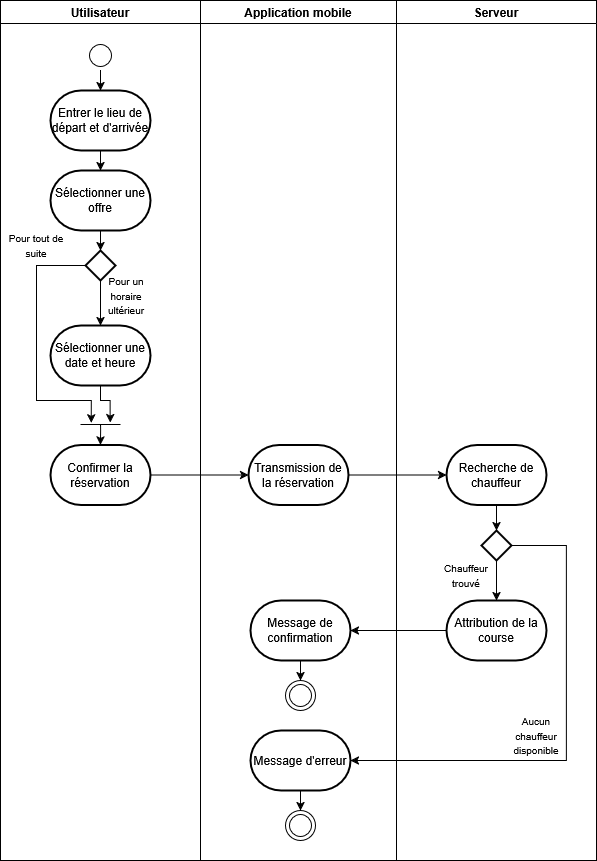
This is Diagramme d'activité/Réservation d'une course.png from RomainCabaret/UML, a draw.io export, as it was before one commit. Source tidied: cells renumbered, new cells last; positions are measured from the earlier drawing's top-left corner, leaving out a move shared by most shapes. The source it was exported from:
```xml
<mxGraphModel>
  <root>
    <mxCell id="0" />
    <mxCell id="1" parent="0" />
    <mxCell id="2" value="Utilisateur" style="swimlane;" parent="1" vertex="1">
      <mxGeometry width="200" height="860" as="geometry" />
    </mxCell>
    <mxCell id="3" style="edgeStyle=orthogonalEdgeStyle;rounded=0;jettySize=auto;html=1;" parent="2" edge="1" source="4" target="5">
      <mxGeometry relative="1" as="geometry" />
    </mxCell>
    <mxCell id="4" style="ellipse;html=1;shape=startState;" parent="2" vertex="1">
      <mxGeometry x="85" y="40" width="30" height="30" as="geometry" />
    </mxCell>
    <mxCell id="5" value="Entrer le lieu de départ et d'arrivée" style="strokeWidth=2;html=1;shape=mxgraph.flowchart.terminator;whiteSpace=wrap;" parent="2" vertex="1">
      <mxGeometry x="50" y="90" width="100" height="60" as="geometry" />
    </mxCell>
    <mxCell id="6" style="edgeStyle=orthogonalEdgeStyle;rounded=0;jettySize=auto;html=1;entryX=0.5;entryY=0;entryDx=0;entryDy=0;entryPerimeter=0;" parent="2" edge="1" source="5" target="9">
      <mxGeometry relative="1" as="geometry" />
    </mxCell>
    <mxCell id="7" value="Confirmer la réservation" style="strokeWidth=2;html=1;shape=mxgraph.flowchart.terminator;whiteSpace=wrap;" parent="2" vertex="1">
      <mxGeometry x="50" y="444.5" width="100" height="60" as="geometry" />
    </mxCell>
    <mxCell id="8" style="edgeStyle=orthogonalEdgeStyle;rounded=0;jettySize=auto;html=1;entryX=0.5;entryY=0;entryDx=0;entryDy=0;entryPerimeter=0;" parent="2" edge="1" source="9" target="12">
      <mxGeometry relative="1" as="geometry" />
    </mxCell>
    <mxCell id="9" value="Sélectionner une offre" style="strokeWidth=2;html=1;shape=mxgraph.flowchart.terminator;whiteSpace=wrap;" parent="2" vertex="1">
      <mxGeometry x="50" y="170" width="100" height="60" as="geometry" />
    </mxCell>
    <mxCell id="10" style="edgeStyle=orthogonalEdgeStyle;rounded=0;jettySize=auto;html=1;" parent="2" edge="1" source="12" target="14">
      <mxGeometry relative="1" as="geometry" />
    </mxCell>
    <mxCell id="11" style="edgeStyle=orthogonalEdgeStyle;rounded=0;jettySize=auto;html=1;entryX=0.269;entryY=0.283;entryDx=0;entryDy=0;entryPerimeter=0;" parent="2" edge="1" source="12" target="16">
      <mxGeometry relative="1" as="geometry">
        <Array as="points">
          <mxPoint x="36" y="265" />
          <mxPoint x="36" y="400" />
          <mxPoint x="91" y="400" />
        </Array>
      </mxGeometry>
    </mxCell>
    <mxCell id="12" style="strokeWidth=2;html=1;shape=mxgraph.flowchart.decision;whiteSpace=wrap;" parent="2" vertex="1">
      <mxGeometry x="85" y="250" width="30" height="30" as="geometry" />
    </mxCell>
    <mxCell id="13" style="edgeStyle=orthogonalEdgeStyle;rounded=0;jettySize=auto;html=1;entryX=0.741;entryY=0.269;entryDx=0;entryDy=0;entryPerimeter=0;" parent="2" edge="1" source="14" target="16">
      <mxGeometry relative="1" as="geometry">
        <Array as="points">
          <mxPoint x="100" y="400" />
          <mxPoint x="110" y="400" />
        </Array>
      </mxGeometry>
    </mxCell>
    <mxCell id="14" value="Sélectionner une date et heure" style="strokeWidth=2;html=1;shape=mxgraph.flowchart.terminator;whiteSpace=wrap;" parent="2" vertex="1">
      <mxGeometry x="50" y="325" width="100" height="60" as="geometry" />
    </mxCell>
    <mxCell id="15" value="&lt;font style=&quot;font-size: 10px;&quot;&gt;Pour un horaire ultérieur&lt;/font&gt;" style="text;html=1;align=center;verticalAlign=middle;whiteSpace=wrap;rounded=0;" parent="2" vertex="1">
      <mxGeometry x="96" y="280" width="60" height="30" as="geometry" />
    </mxCell>
    <mxCell id="16" style="line;strokeWidth=1;fillColor=none;align=left;verticalAlign=middle;spacingTop=-1;spacingLeft=3;spacingRight=3;labelPosition=right;points=[];portConstraint=eastwest;strokeColor=inherit;" parent="2" vertex="1">
      <mxGeometry x="80" y="420" width="40" height="8" as="geometry" />
    </mxCell>
    <mxCell id="17" style="edgeStyle=orthogonalEdgeStyle;rounded=0;jettySize=auto;html=1;entryX=0.5;entryY=0;entryDx=0;entryDy=0;entryPerimeter=0;exitX=0.504;exitY=0.577;exitDx=0;exitDy=0;exitPerimeter=0;" parent="2" edge="1" source="16" target="7">
      <mxGeometry relative="1" as="geometry">
        <Array as="points">
          <mxPoint x="100" y="430" />
          <mxPoint x="100" y="430" />
        </Array>
      </mxGeometry>
    </mxCell>
    <mxCell id="18" value="&lt;font style=&quot;font-size: 10px;&quot;&gt;Pour tout de suite&lt;/font&gt;" style="text;html=1;align=center;verticalAlign=middle;whiteSpace=wrap;rounded=0;" parent="2" vertex="1">
      <mxGeometry x="6" y="230" width="60" height="30" as="geometry" />
    </mxCell>
    <mxCell id="19" value="Application mobile" style="swimlane;" parent="1" vertex="1">
      <mxGeometry x="200" width="196" height="860" as="geometry" />
    </mxCell>
    <mxCell id="20" style="ellipse;html=1;shape=endState;" parent="19" vertex="1">
      <mxGeometry x="85" y="680" width="30" height="30" as="geometry" />
    </mxCell>
    <mxCell id="21" value="Transmission de la réservation" style="strokeWidth=2;html=1;shape=mxgraph.flowchart.terminator;whiteSpace=wrap;" parent="19" vertex="1">
      <mxGeometry x="48" y="444.5" width="100" height="60" as="geometry" />
    </mxCell>
    <mxCell id="22" style="edgeStyle=orthogonalEdgeStyle;rounded=0;jettySize=auto;html=1;" parent="19" edge="1" source="23" target="20">
      <mxGeometry relative="1" as="geometry" />
    </mxCell>
    <mxCell id="23" value="Message de confirmation" style="strokeWidth=2;html=1;shape=mxgraph.flowchart.terminator;whiteSpace=wrap;" parent="19" vertex="1">
      <mxGeometry x="50" y="600" width="100" height="60" as="geometry" />
    </mxCell>
    <mxCell id="24" style="edgeStyle=orthogonalEdgeStyle;rounded=0;jettySize=auto;html=1;" parent="19" edge="1" source="25" target="26">
      <mxGeometry relative="1" as="geometry" />
    </mxCell>
    <mxCell id="25" value="Message d'erreur" style="strokeWidth=2;html=1;shape=mxgraph.flowchart.terminator;whiteSpace=wrap;" parent="19" vertex="1">
      <mxGeometry x="50" y="730" width="100" height="60" as="geometry" />
    </mxCell>
    <mxCell id="26" style="ellipse;html=1;shape=endState;" parent="19" vertex="1">
      <mxGeometry x="85" y="810" width="30" height="30" as="geometry" />
    </mxCell>
    <mxCell id="27" value="Serveur" style="swimlane;" parent="1" vertex="1">
      <mxGeometry x="396" width="200" height="860" as="geometry" />
    </mxCell>
    <mxCell id="28" style="edgeStyle=orthogonalEdgeStyle;rounded=0;jettySize=auto;html=1;" parent="27" edge="1" source="29" target="31">
      <mxGeometry relative="1" as="geometry" />
    </mxCell>
    <mxCell id="29" value="Recherche de chauffeur" style="strokeWidth=2;html=1;shape=mxgraph.flowchart.terminator;whiteSpace=wrap;" parent="27" vertex="1">
      <mxGeometry x="50" y="444.5" width="100" height="60" as="geometry" />
    </mxCell>
    <mxCell id="30" style="edgeStyle=orthogonalEdgeStyle;rounded=0;jettySize=auto;html=1;" parent="27" edge="1" source="31" target="32">
      <mxGeometry relative="1" as="geometry" />
    </mxCell>
    <mxCell id="31" style="strokeWidth=2;html=1;shape=mxgraph.flowchart.decision;whiteSpace=wrap;" parent="27" vertex="1">
      <mxGeometry x="85" y="530" width="30" height="30" as="geometry" />
    </mxCell>
    <mxCell id="32" value="Attribution de la course" style="strokeWidth=2;html=1;shape=mxgraph.flowchart.terminator;whiteSpace=wrap;" parent="27" vertex="1">
      <mxGeometry x="50" y="600" width="100" height="60" as="geometry" />
    </mxCell>
    <mxCell id="33" value="&lt;font style=&quot;font-size: 10px;&quot;&gt;Chauffeur trouvé&lt;/font&gt;" style="text;html=1;align=center;verticalAlign=middle;whiteSpace=wrap;rounded=0;" parent="27" vertex="1">
      <mxGeometry x="40" y="560" width="60" height="30" as="geometry" />
    </mxCell>
    <mxCell id="34" value="&lt;font style=&quot;font-size: 10px;&quot;&gt;Aucun chauffeur disponible&lt;/font&gt;" style="text;html=1;align=center;verticalAlign=middle;whiteSpace=wrap;rounded=0;" parent="27" vertex="1">
      <mxGeometry x="110" y="720" width="60" height="30" as="geometry" />
    </mxCell>
    <mxCell id="35" style="edgeStyle=orthogonalEdgeStyle;rounded=0;jettySize=auto;html=1;" parent="1" edge="1" source="7" target="21">
      <mxGeometry relative="1" as="geometry">
        <Array as="points">
          <mxPoint x="226" y="474" />
          <mxPoint x="226" y="474" />
        </Array>
      </mxGeometry>
    </mxCell>
    <mxCell id="36" style="edgeStyle=orthogonalEdgeStyle;rounded=0;jettySize=auto;html=1;" parent="1" edge="1" source="21" target="29">
      <mxGeometry relative="1" as="geometry" />
    </mxCell>
    <mxCell id="37" style="edgeStyle=orthogonalEdgeStyle;rounded=0;jettySize=auto;html=1;" parent="1" edge="1" source="32" target="23">
      <mxGeometry relative="1" as="geometry" />
    </mxCell>
    <mxCell id="38" style="edgeStyle=orthogonalEdgeStyle;rounded=0;jettySize=auto;html=1;" parent="1" edge="1" source="31" target="25">
      <mxGeometry relative="1" as="geometry">
        <Array as="points">
          <mxPoint x="566" y="545" />
          <mxPoint x="566" y="760" />
        </Array>
      </mxGeometry>
    </mxCell>
  </root>
</mxGraphModel>
```
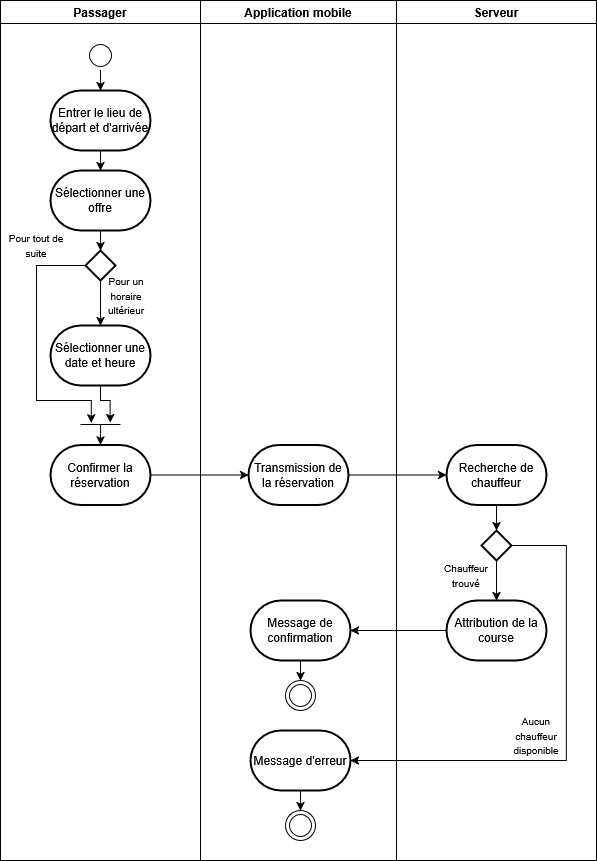
After the commit.

Commit message:
Ajout diagrammes

The edit, as a diff of the source:
```diff
@@ -2,7 +2,7 @@
   <root>
     <mxCell id="0" />
     <mxCell id="1" parent="0" />
-    <mxCell id="2" value="Utilisateur" style="swimlane;" parent="1" vertex="1">
+    <mxCell id="2" value="Passager" style="swimlane;" parent="1" vertex="1">
       <mxGeometry width="200" height="860" as="geometry" />
     </mxCell>
     <mxCell id="3" style="edgeStyle=orthogonalEdgeStyle;rounded=0;jettySize=auto;html=1;" parent="2" edge="1" source="4" target="5">
```
